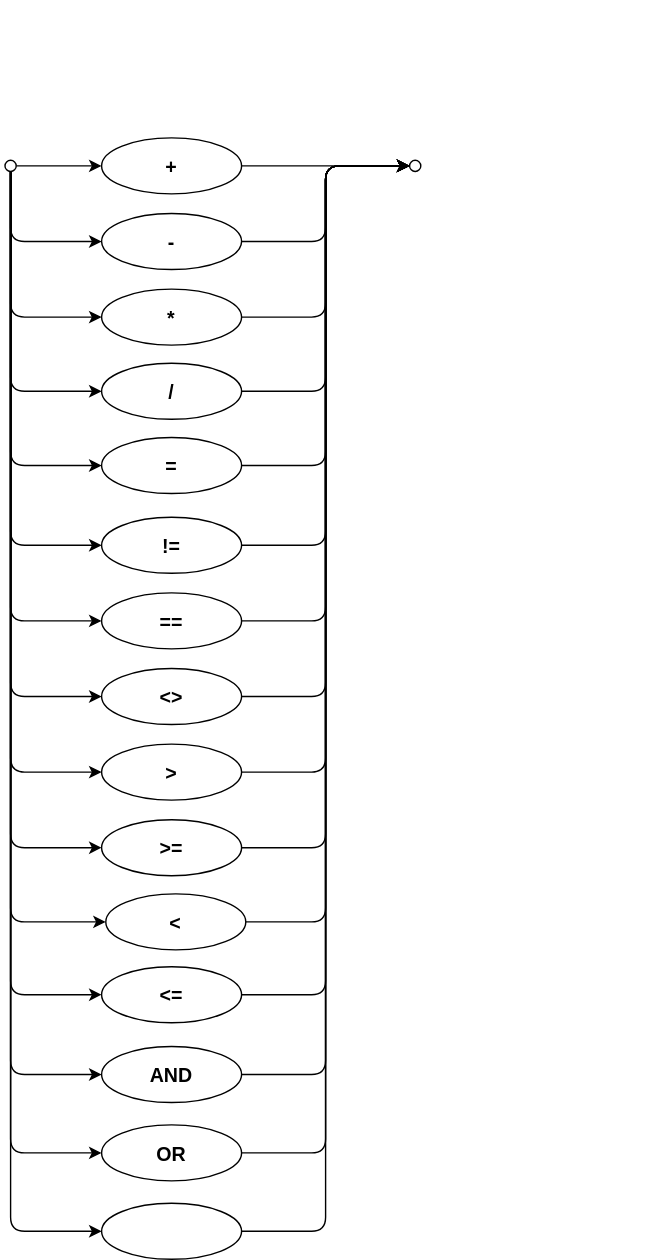
This is assets/cxl/binary-operator.drawio.svg from capire/docs, a draw.io export, as it was before one commit. Source tidied: cells renumbered, new cells last; positions are measured from the earlier drawing's top-left corner, leaving out a move shared by most shapes.
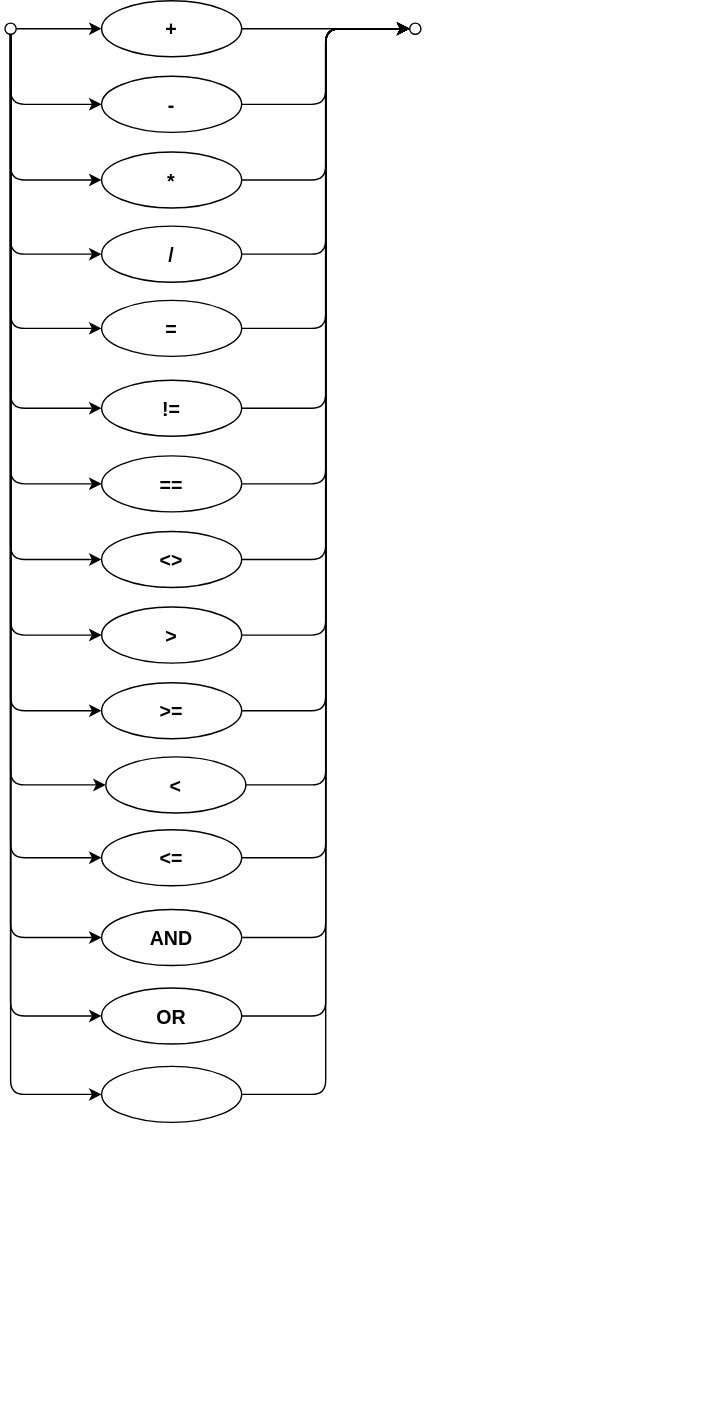
Above is the later version.

What changed in the source:
```diff
@@ -3,7 +3,7 @@
     <mxCell id="0" />
     <mxCell id="1" parent="0" />
     <mxCell id="2" value="Best viewed with the &lt;a href=&quot;https://github.com/ariel-bentu/tam-drawio&quot;&gt;TAM plugin&lt;/a&gt;" style="text;html=1;shape=tamPluginMissing;" parent="1" vertex="1">
-      <mxGeometry x="258" width="200" height="25" as="geometry" />
+      <mxGeometry x="310" y="1086" width="200" height="25" as="geometry" />
     </mxCell>
     <mxCell id="3" style="edgeStyle=none;strokeWidth=1;fontSize=14;verticalAlign=middle;fontStyle=1;textDirection=ltr;entryX=0;entryY=0.5;entryDx=0;entryDy=0;" parent="1" edge="1" source="4" target="11">
       <mxGeometry relative="1" as="geometry" />
@@ -146,14 +146,14 @@
     <mxCell id="46" style="edgeStyle=orthogonalEdgeStyle;rounded=1;jettySize=auto;exitX=1;exitY=0.5;exitDx=0;exitDy=0;entryX=0;entryY=0.5;entryDx=0;entryDy=0;startArrow=none;startFill=0;endArrow=classic;endFill=1;startSize=6;endSize=6;align=center;fontSize=12;labelBackgroundColor=none;" parent="1" edge="1" source="24" target="6">
       <mxGeometry relative="1" as="geometry" />
     </mxCell>
-    <mxCell id="47" value="||" style="ellipse;align=center;newEdgeStyle={&quot;edgeStyle&quot;:&quot;entityRelationEdgeStyle&quot;,&quot;startArrow&quot;:&quot;none&quot;,&quot;endArrow&quot;:&quot;none&quot;,&quot;segment&quot;:10,&quot;curved&quot;:1,&quot;sourcePerimeterSpacing&quot;:0,&quot;targetPerimeterSpacing&quot;:0};strokeWidth=1;fontSize=14;verticalAlign=middle;fontStyle=1;textDirection=ltr;" parent="1" vertex="1">
-      <mxGeometry x="69" y="859" width="100" height="40" as="geometry" />
-    </mxCell>
-    <mxCell id="48" style="edgeStyle=orthogonalEdgeStyle;rounded=1;jettySize=auto;exitX=0.5;exitY=1;exitDx=0;exitDy=0;entryX=0;entryY=0.5;entryDx=0;entryDy=0;startArrow=none;startFill=0;endArrow=classic;endFill=1;startSize=6;endSize=6;align=center;fontSize=12;labelBackgroundColor=none;" parent="1" edge="1" source="4" target="47">
+    <mxCell id="48" style="edgeStyle=orthogonalEdgeStyle;rounded=1;jettySize=auto;exitX=0.5;exitY=1;exitDx=0;exitDy=0;entryX=0;entryY=0.5;entryDx=0;entryDy=0;startArrow=none;startFill=0;endArrow=classic;endFill=1;startSize=6;endSize=6;align=center;fontSize=12;labelBackgroundColor=none;" parent="1" edge="1" source="4" target="50">
       <mxGeometry relative="1" as="geometry" />
     </mxCell>
-    <mxCell id="49" style="edgeStyle=orthogonalEdgeStyle;rounded=1;jettySize=auto;exitX=1;exitY=0.5;exitDx=0;exitDy=0;entryX=0;entryY=0.5;entryDx=0;entryDy=0;startArrow=none;startFill=0;endArrow=classic;endFill=1;startSize=6;endSize=6;align=center;fontSize=12;labelBackgroundColor=none;" parent="1" edge="1" source="47" target="6">
+    <mxCell id="49" style="edgeStyle=orthogonalEdgeStyle;rounded=1;jettySize=auto;entryX=0;entryY=0.5;entryDx=0;entryDy=0;startArrow=none;startFill=0;endArrow=classic;endFill=1;startSize=6;endSize=6;align=center;fontSize=12;labelBackgroundColor=none;exitX=1;exitY=0.5;exitDx=0;exitDy=0;" parent="1" edge="1" source="50" target="6">
       <mxGeometry relative="1" as="geometry" />
     </mxCell>
+    <mxCell id="50" value="| |" style="ellipse;align=center;newEdgeStyle={&quot;edgeStyle&quot;:&quot;entityRelationEdgeStyle&quot;,&quot;startArrow&quot;:&quot;none&quot;,&quot;endArrow&quot;:&quot;none&quot;,&quot;segment&quot;:10,&quot;curved&quot;:1,&quot;sourcePerimeterSpacing&quot;:0,&quot;targetPerimeterSpacing&quot;:0};strokeWidth=1;fontSize=14;verticalAlign=middle;fontStyle=1;textDirection=ltr;" parent="1" vertex="1">
+      <mxGeometry x="69" y="859" width="100" height="40" as="geometry" />
+    </mxCell>
   </root>
 </mxGraphModel>
```
